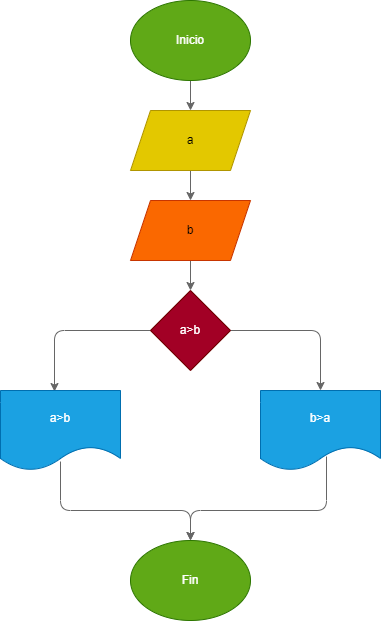
This is Diagrama.png from cristian007369/Tarea_1, a draw.io export, as it was before one commit. Source tidied: cells renumbered, new cells last; positions are measured from the earlier drawing's top-left corner, leaving out a move shared by most shapes.
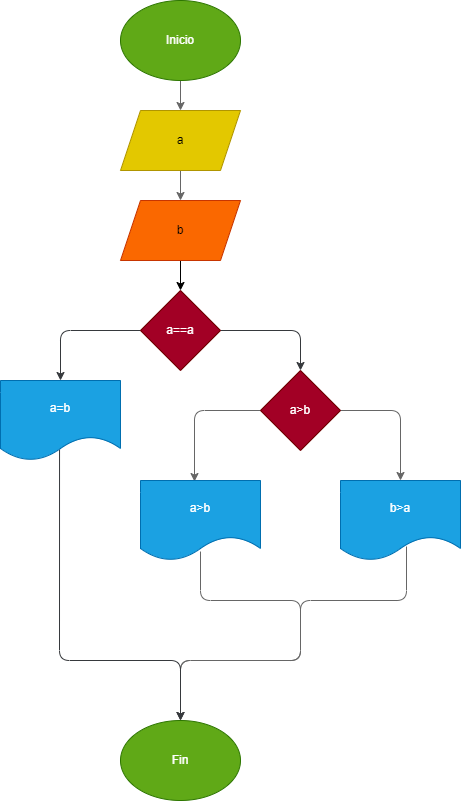
The same diagram one commit later.

What changed in the source:
```diff
@@ -14,53 +14,85 @@
     <mxCell id="5" value="a" style="shape=parallelogram;perimeter=parallelogramPerimeter;whiteSpace=wrap;html=1;fixedSize=1;fillColor=#e3c800;fontColor=#000000;strokeColor=#B09500;" parent="1" vertex="1">
       <mxGeometry x="130" y="110" width="120" height="60" as="geometry" />
     </mxCell>
-    <mxCell id="6" style="edgeStyle=none;html=1;exitX=0.5;exitY=1;exitDx=0;exitDy=0;entryX=0.5;entryY=0;entryDx=0;entryDy=0;fillColor=#f5f5f5;gradientColor=#b3b3b3;strokeColor=#666666;" parent="1" edge="1" source="7" target="10">
-      <mxGeometry relative="1" as="geometry" />
-    </mxCell>
+    <mxCell id="16" style="edgeStyle=none;html=1;" parent="1" edge="1" source="7" target="19">
+      <mxGeometry relative="1" as="geometry" />
+    </mxCell>
     <mxCell id="7" value="b" style="shape=parallelogram;perimeter=parallelogramPerimeter;whiteSpace=wrap;html=1;fixedSize=1;fillColor=#fa6800;fontColor=#000000;strokeColor=#C73500;" parent="1" vertex="1">
       <mxGeometry x="130" y="200" width="120" height="60" as="geometry" />
     </mxCell>
     <mxCell id="8" style="edgeStyle=none;html=1;exitX=0;exitY=0.5;exitDx=0;exitDy=0;entryX=0.45;entryY=0.013;entryDx=0;entryDy=0;entryPerimeter=0;fillColor=#f5f5f5;gradientColor=#b3b3b3;strokeColor=#666666;" parent="1" edge="1" source="10" target="12">
       <mxGeometry relative="1" as="geometry">
         <Array as="points">
-          <mxPoint x="54" y="330" />
+          <mxPoint x="204" y="410" />
         </Array>
       </mxGeometry>
     </mxCell>
     <mxCell id="9" style="edgeStyle=none;html=1;exitX=1;exitY=0.5;exitDx=0;exitDy=0;entryX=0.5;entryY=0;entryDx=0;entryDy=0;fillColor=#f5f5f5;gradientColor=#b3b3b3;strokeColor=#666666;" parent="1" edge="1" source="10" target="14">
       <mxGeometry relative="1" as="geometry">
         <Array as="points">
-          <mxPoint x="320" y="330" />
+          <mxPoint x="410" y="410" />
         </Array>
       </mxGeometry>
     </mxCell>
     <mxCell id="10" value="a&amp;gt;b" style="rhombus;whiteSpace=wrap;html=1;fillColor=#a20025;fontColor=#ffffff;strokeColor=#6F0000;" parent="1" vertex="1">
-      <mxGeometry x="150" y="290" width="80" height="80" as="geometry" />
+      <mxGeometry x="270" y="370" width="80" height="80" as="geometry" />
     </mxCell>
     <mxCell id="11" style="edgeStyle=none;html=1;entryX=0.5;entryY=0;entryDx=0;entryDy=0;exitX=0.5;exitY=0.888;exitDx=0;exitDy=0;exitPerimeter=0;fillColor=#f5f5f5;gradientColor=#b3b3b3;strokeColor=#666666;" parent="1" edge="1" source="12" target="15">
       <mxGeometry relative="1" as="geometry">
         <Array as="points">
-          <mxPoint x="60" y="510" />
-          <mxPoint x="190" y="510" />
+          <mxPoint x="210" y="600" />
+          <mxPoint x="310" y="600" />
+          <mxPoint x="310" y="660" />
+          <mxPoint x="190" y="660" />
         </Array>
       </mxGeometry>
     </mxCell>
     <mxCell id="12" value="a&amp;gt;b" style="shape=document;whiteSpace=wrap;html=1;boundedLbl=1;fillColor=#1ba1e2;fontColor=#ffffff;strokeColor=#006EAF;" parent="1" vertex="1">
-      <mxGeometry y="390" width="120" height="80" as="geometry" />
+      <mxGeometry x="150" y="480" width="120" height="80" as="geometry" />
     </mxCell>
     <mxCell id="13" style="edgeStyle=none;html=1;entryX=0.5;entryY=0;entryDx=0;entryDy=0;exitX=0.55;exitY=0.825;exitDx=0;exitDy=0;exitPerimeter=0;fillColor=#f5f5f5;gradientColor=#b3b3b3;strokeColor=#666666;" parent="1" edge="1" source="14" target="15">
       <mxGeometry relative="1" as="geometry">
         <Array as="points">
-          <mxPoint x="326" y="510" />
-          <mxPoint x="190" y="510" />
+          <mxPoint x="416" y="600" />
+          <mxPoint x="310" y="600" />
+          <mxPoint x="310" y="660" />
+          <mxPoint x="190" y="660" />
         </Array>
       </mxGeometry>
     </mxCell>
     <mxCell id="14" value="b&amp;gt;a" style="shape=document;whiteSpace=wrap;html=1;boundedLbl=1;fillColor=#1ba1e2;fontColor=#ffffff;strokeColor=#006EAF;" parent="1" vertex="1">
-      <mxGeometry x="260" y="390" width="120" height="80" as="geometry" />
+      <mxGeometry x="350" y="480" width="120" height="80" as="geometry" />
     </mxCell>
     <mxCell id="15" value="Fin" style="ellipse;whiteSpace=wrap;html=1;fillColor=#60a917;fontColor=#ffffff;strokeColor=#2D7600;" parent="1" vertex="1">
-      <mxGeometry x="130" y="540" width="120" height="80" as="geometry" />
+      <mxGeometry x="130" y="720" width="120" height="80" as="geometry" />
     </mxCell>
+    <mxCell id="17" style="edgeStyle=none;html=1;exitX=0;exitY=0.5;exitDx=0;exitDy=0;entryX=0.5;entryY=0;entryDx=0;entryDy=0;fillColor=#eeeeee;strokeColor=#36393d;" parent="1" edge="1" source="19" target="21">
+      <mxGeometry relative="1" as="geometry">
+        <Array as="points">
+          <mxPoint x="70" y="330" />
+        </Array>
+      </mxGeometry>
+    </mxCell>
+    <mxCell id="18" style="edgeStyle=none;html=1;exitX=1;exitY=0.5;exitDx=0;exitDy=0;entryX=0.5;entryY=0;entryDx=0;entryDy=0;fillColor=#eeeeee;strokeColor=#36393d;" parent="1" edge="1" source="19" target="10">
+      <mxGeometry relative="1" as="geometry">
+        <Array as="points">
+          <mxPoint x="310" y="330" />
+        </Array>
+      </mxGeometry>
+    </mxCell>
+    <mxCell id="19" value="a==a" style="rhombus;whiteSpace=wrap;html=1;fillColor=#a20025;strokeColor=#6F0000;fontColor=#ffffff;" parent="1" vertex="1">
+      <mxGeometry x="150" y="290" width="80" height="80" as="geometry" />
+    </mxCell>
+    <mxCell id="20" style="edgeStyle=none;html=1;entryX=0.5;entryY=0;entryDx=0;entryDy=0;exitX=0.492;exitY=0.863;exitDx=0;exitDy=0;exitPerimeter=0;fillColor=#eeeeee;strokeColor=#36393d;" parent="1" edge="1" source="21" target="15">
+      <mxGeometry relative="1" as="geometry">
+        <Array as="points">
+          <mxPoint x="69" y="660" />
+          <mxPoint x="190" y="660" />
+        </Array>
+      </mxGeometry>
+    </mxCell>
+    <mxCell id="21" value="a=b" style="shape=document;whiteSpace=wrap;html=1;boundedLbl=1;fillColor=#1ba1e2;fontColor=#ffffff;strokeColor=#006EAF;" parent="1" vertex="1">
+      <mxGeometry x="10" y="380" width="120" height="80" as="geometry" />
+    </mxCell>
   </root>
 </mxGraphModel>
```
